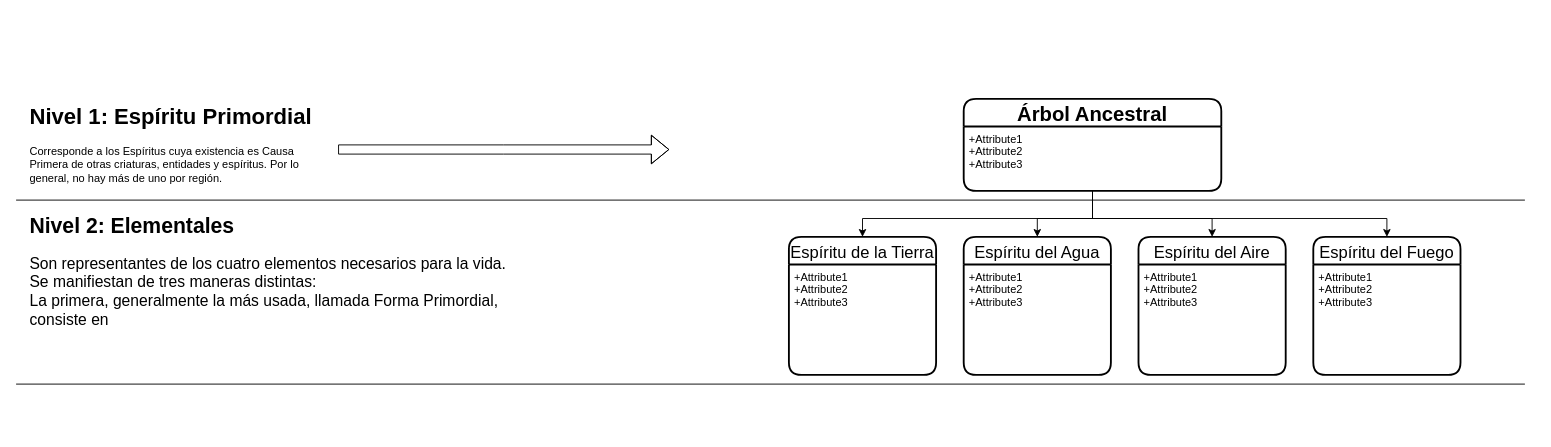
Above: EspiritusEspesura.drawio in aixairupe/DiagramasRPG (draw.io), before the change. Source tidied: cells renumbered, new cells numbered last; positions are measured from the earlier drawing's top-left corner, leaving out a move shared by most shapes. Both pictures are drawn from the tidied source at 92%, with x=0, y=0 at pixel (16, 98).
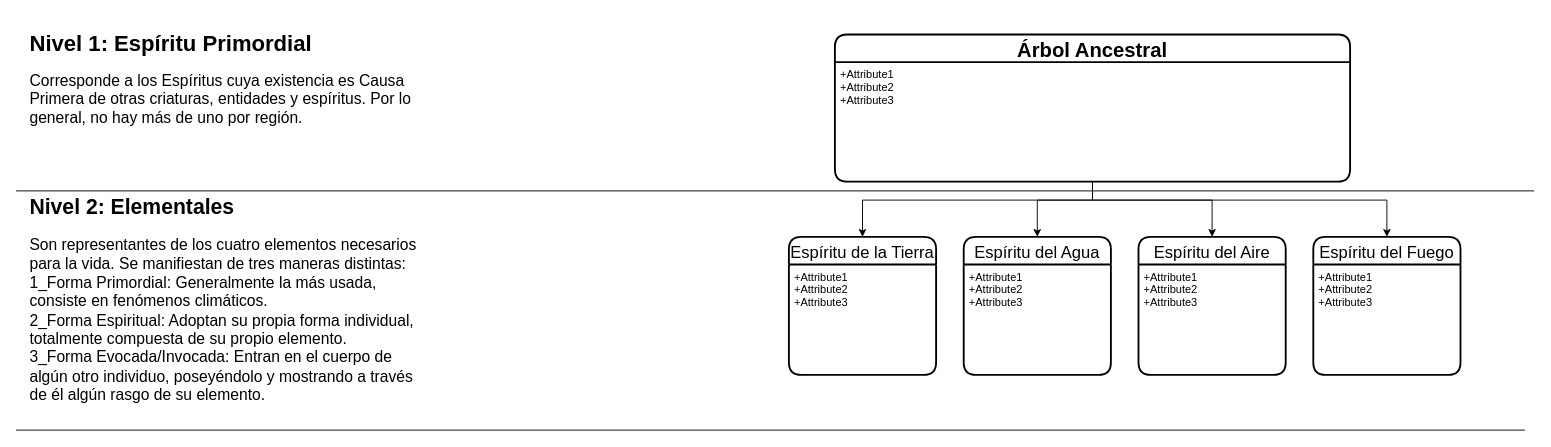
The same diagram, later.

Unchanged cells that the change refers to:
```xml
<mxCell id="13" value="Espíritu de la Tierra" style="swimlane;horizontal=1;startSize=30;rounded=1;fontSize=18;fontStyle=0;strokeWidth=2;shadow=0;dashed=0;align=center;" parent="1" vertex="1">
  <mxGeometry x="840" y="150" width="160" height="150" as="geometry" />
</mxCell>
<mxCell id="15" value="Espíritu del Agua" style="swimlane;horizontal=1;startSize=30;rounded=1;fontSize=18;fontStyle=0;strokeWidth=2;shadow=0;dashed=0;align=center;" parent="1" vertex="1">
  <mxGeometry x="1030" y="150" width="160" height="150" as="geometry" />
</mxCell>
<mxCell id="17" value="Espíritu del Aire" style="swimlane;horizontal=1;startSize=30;rounded=1;fontSize=18;fontStyle=0;strokeWidth=2;shadow=0;dashed=0;align=center;" parent="1" vertex="1">
  <mxGeometry x="1220" y="150" width="160" height="150" as="geometry" />
</mxCell>
<mxCell id="19" value="Espíritu del Fuego" style="swimlane;horizontal=1;startSize=30;rounded=1;fontSize=18;fontStyle=0;strokeWidth=2;shadow=0;dashed=0;align=center;" parent="1" vertex="1">
  <mxGeometry x="1410" y="150" width="160" height="150" as="geometry" />
</mxCell>
```

Diff of the diagram source:
```diff
@@
-    <mxCell id="2" style="edgeStyle=orthogonalEdgeStyle;rounded=0;jettySize=auto;html=1;fontSize=22;shape=flexArrow;" parent="1" edge="1" source="3">
-      <mxGeometry relative="1" as="geometry">
-        <mxPoint x="710" y="55" as="targetPoint" />
-      </mxGeometry>
-    </mxCell>
-    <mxCell id="3" value="&lt;h1&gt;Nivel 1: Espíritu Primordial&lt;br&gt;&lt;/h1&gt;&lt;p&gt;Corresponde a los Espíritus cuya existencia es Causa Primera de otras criaturas, entidades y espíritus. Por lo general, no hay más de uno por región.&lt;br&gt;&lt;/p&gt;" style="text;html=1;strokeColor=none;fillColor=none;spacing=5;spacingTop=-20;whiteSpace=wrap;overflow=hidden;rounded=0;" parent="1" vertex="1">
-      <mxGeometry x="10" width="340" height="110" as="geometry" />
+    <mxCell id="3" value="&lt;h1&gt;Nivel 1: Espíritu Primordial&lt;br&gt;&lt;/h1&gt;&lt;p&gt;&lt;font style=&quot;font-size: 17px&quot;&gt;Corresponde a los Espíritus cuya existencia es Causa Primera de otras criaturas, entidades y espíritus. Por lo general, no hay más de uno por región.&lt;/font&gt;&lt;br&gt;&lt;/p&gt;" style="text;html=1;strokeColor=none;fillColor=none;spacing=5;spacingTop=-20;whiteSpace=wrap;overflow=hidden;rounded=0;" parent="1" vertex="1">
+      <mxGeometry x="10" y="-80" width="430" height="170" as="geometry" />
     </mxCell>
-    <mxCell id="4" style="endArrow=none;html=1;rounded=0;" parent="1" edge="1">
-      <mxGeometry relative="1" as="geometry">
-        <mxPoint y="110" as="sourcePoint" />
-        <mxPoint x="1640" y="110" as="targetPoint" />
-      </mxGeometry>
-    </mxCell>
-    <mxCell id="5" style="edgeStyle=none;rounded=0;jettySize=auto;html=1;entryX=0.5;entryY=0;entryDx=0;entryDy=0;fontSize=22;" parent="1" edge="1" target="15">
+    <mxCell id="5" style="edgeStyle=none;rounded=0;jettySize=auto;html=1;entryX=0.5;entryY=0;entryDx=0;entryDy=0;fontSize=22;exitX=0.5;exitY=1;exitDx=0;exitDy=0;exitPerimeter=0;" parent="1" edge="1" source="7" target="15">
       <mxGeometry relative="1" as="geometry">
-        <mxPoint x="1170" y="100" as="sourcePoint" />
         <Array as="points">
-          <mxPoint x="1170" y="130" />
-          <mxPoint x="1110" y="130" />
+          <mxPoint x="1170" y="110" />
+          <mxPoint x="1110" y="110" />
         </Array>
       </mxGeometry>
     </mxCell>
-    <mxCell id="6" value="Árbol Ancestral" style="swimlane;horizontal=1;startSize=30;rounded=1;fontSize=22;fontStyle=1;strokeWidth=2;shadow=0;dashed=0;align=center;" parent="1" vertex="1">
-      <mxGeometry x="1030" width="280" height="100" as="geometry" />
-    </mxCell>
-    <mxCell id="7" value="+Attribute1&#10;+Attribute2&#10;+Attribute3" style="align=left;strokeColor=none;fillColor=none;spacingLeft=4;fontSize=12;verticalAlign=top;" parent="6" vertex="1">
-      <mxGeometry y="30" width="280" height="70" as="geometry" />
-    </mxCell>
-    <mxCell id="8" style="edgeStyle=none;rounded=0;jettySize=auto;html=1;entryX=0.5;entryY=0;entryDx=0;entryDy=0;fontSize=22;" parent="1" edge="1" target="17">
+    <mxCell id="8" style="edgeStyle=none;rounded=0;jettySize=auto;html=1;entryX=0.5;entryY=0;entryDx=0;entryDy=0;fontSize=22;exitX=0.5;exitY=1;exitDx=0;exitDy=0;" parent="1" edge="1" source="7" target="17">
       <mxGeometry relative="1" as="geometry">
-        <mxPoint x="1170" y="100" as="sourcePoint" />
         <Array as="points">
-          <mxPoint x="1170" y="130" />
-          <mxPoint x="1300" y="130" />
+          <mxPoint x="1170" y="110" />
+          <mxPoint x="1300" y="110" />
         </Array>
       </mxGeometry>
     </mxCell>
-    <mxCell id="9" style="edgeStyle=none;rounded=0;jettySize=auto;html=1;entryX=0.5;entryY=0;entryDx=0;entryDy=0;fontSize=22;" parent="1" edge="1" target="19">
+    <mxCell id="9" style="edgeStyle=none;rounded=0;jettySize=auto;html=1;entryX=0.5;entryY=0;entryDx=0;entryDy=0;fontSize=22;exitX=0.5;exitY=1;exitDx=0;exitDy=0;" parent="1" edge="1" source="7" target="19">
       <mxGeometry relative="1" as="geometry">
-        <mxPoint x="1170" y="100" as="sourcePoint" />
         <Array as="points">
-          <mxPoint x="1170" y="130" />
-          <mxPoint x="1490" y="130" />
+          <mxPoint x="1170" y="110" />
+          <mxPoint x="1490" y="110" />
         </Array>
       </mxGeometry>
     </mxCell>
     <mxCell id="10" style="edgeStyle=none;rounded=0;jettySize=auto;html=1;entryX=0.5;entryY=0;entryDx=0;entryDy=0;fontSize=22;exitX=0.5;exitY=1;exitDx=0;exitDy=0;" parent="1" edge="1" source="7" target="13">
       <mxGeometry relative="1" as="geometry">
         <Array as="points">
-          <mxPoint x="1170" y="130" />
-          <mxPoint x="920" y="130" />
+          <mxPoint x="1170" y="110" />
+          <mxPoint x="920" y="110" />
         </Array>
       </mxGeometry>
     </mxCell>
     <mxCell id="11" style="endArrow=none;html=1;rounded=0;" parent="1" edge="1">
       <mxGeometry relative="1" as="geometry">
-        <mxPoint y="310" as="sourcePoint" />
-        <mxPoint x="1640" y="310" as="targetPoint" />
+        <mxPoint y="360" as="sourcePoint" />
+        <mxPoint x="1640" y="360" as="targetPoint" />
       </mxGeometry>
     </mxCell>
-    <mxCell id="12" value="&lt;h1 style=&quot;font-size: 23px&quot;&gt;&lt;font style=&quot;font-size: 23px&quot;&gt;Nivel 2: Elementales&lt;br&gt;&lt;/font&gt;&lt;/h1&gt;&lt;p style=&quot;font-size: 17px&quot;&gt;&lt;font style=&quot;font-size: 17px&quot;&gt;Son representantes de los cuatro elementos necesarios para la vida. Se manifiestan de tres maneras distintas:&lt;br&gt;La primera, generalmente la más usada, llamada Forma Primordial, consiste en &lt;br&gt;&lt;/font&gt;&lt;/p&gt;" style="text;html=1;strokeColor=none;fillColor=none;spacing=5;spacingTop=-20;whiteSpace=wrap;overflow=hidden;rounded=0;fontSize=22;" parent="1" vertex="1">
-      <mxGeometry x="10" y="120" width="550" height="190" as="geometry" />
+    <mxCell id="12" value="&lt;h1 style=&quot;font-size: 23px&quot;&gt;&lt;font style=&quot;font-size: 23px&quot;&gt;Nivel 2: Elementales&lt;br&gt;&lt;/font&gt;&lt;/h1&gt;&lt;p style=&quot;font-size: 17px&quot;&gt;&lt;font style=&quot;font-size: 17px&quot;&gt;Son representantes de los cuatro elementos necesarios para la vida. Se manifiestan de tres maneras distintas:&lt;br&gt;1_Forma Primordial: &lt;/font&gt;&lt;font style=&quot;font-size: 17px&quot;&gt;&lt;font style=&quot;font-size: 17px&quot;&gt;Generalmente la más usada, &lt;/font&gt; consiste en fenómenos climáticos.&lt;br&gt;2_Forma Espiritual: Adoptan su propia forma individual, totalmente compuesta de su propio elemento.&lt;br&gt;3_Forma Evocada/Invocada: Entran en el cuerpo de algún otro individuo, poseyéndolo y mostrando a través de él algún rasgo de su elemento.&lt;br&gt;&lt;/font&gt;&lt;/p&gt;" style="text;html=1;strokeColor=none;fillColor=none;spacing=5;spacingTop=-20;whiteSpace=wrap;overflow=hidden;rounded=0;fontSize=22;" parent="1" vertex="1">
+      <mxGeometry x="10" y="100" width="430" height="260" as="geometry" />
     </mxCell>
@@
+    <mxCell id="6" value="Árbol Ancestral" style="swimlane;horizontal=1;startSize=30;rounded=1;fontSize=22;fontStyle=1;strokeWidth=2;shadow=0;dashed=0;align=center;" parent="1" vertex="1">
+      <mxGeometry x="890" y="-70" width="560" height="160" as="geometry" />
+    </mxCell>
+    <mxCell id="7" value="+Attribute1&#10;+Attribute2&#10;+Attribute3" style="align=left;strokeColor=none;fillColor=none;spacingLeft=4;fontSize=12;verticalAlign=top;" parent="6" vertex="1">
+      <mxGeometry y="30" width="560" height="130" as="geometry" />
+    </mxCell>
+    <mxCell id="21" style="endArrow=none;html=1;rounded=0;" parent="1" edge="1">
+      <mxGeometry relative="1" as="geometry">
+        <mxPoint y="100" as="sourcePoint" />
+        <mxPoint x="1650" y="100" as="targetPoint" />
+      </mxGeometry>
+    </mxCell>
```
